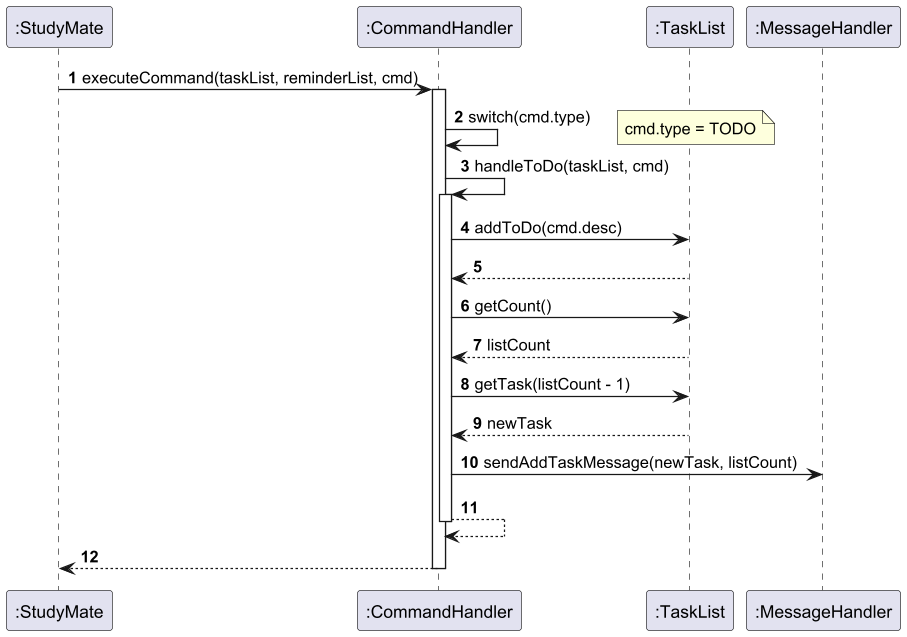
Earlier version of the PlantUML export docs/images/CommandHandlerToDo.png (chongyaoo/tp). Its source is kept beside it as docs/plantuml/CommandHandlerToDo.puml. Its diagram source:
```plantuml
@startuml


participant ":StudyMate" as StudyMate
participant ":CommandHandler" as CommandHandler

StudyMate -> CommandHandler: executeCommand(taskList, reminderList, cmd)
activate CommandHandler

CommandHandler -> CommandHandler: switch(cmd.type)
note right: cmd.type = TODO

CommandHandler -> CommandHandler: handleToDo(taskList, cmd)
activate CommandHandler

CommandHandler -> ":TaskList" as TaskList: addToDo(cmd.desc)
TaskList --> CommandHandler

CommandHandler -> TaskList: getCount()
TaskList --> CommandHandler: listCount

CommandHandler -> TaskList: getTask(listCount - 1)
TaskList --> CommandHandler: newTask

CommandHandler -> ":MessageHandler" as MessageHandler: sendAddTaskMessage(newTask, listCount)

CommandHandler --> CommandHandler
deactivate CommandHandler

CommandHandler --> StudyMate
deactivate CommandHandler
deactivate CommandHandler

@enduml
```
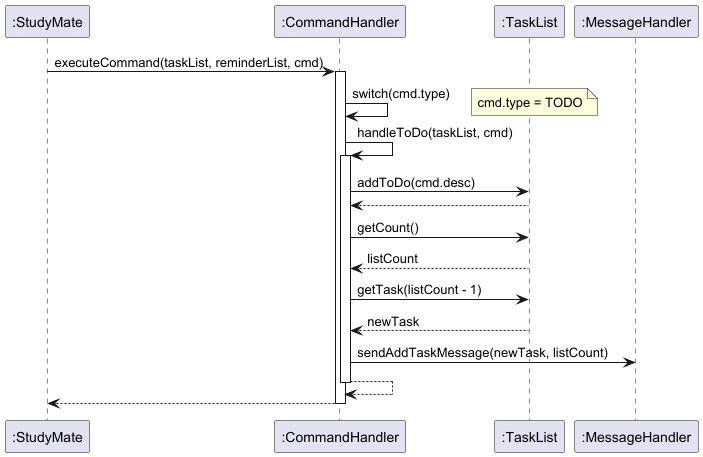
After the change.

The edit, as a diff of the source:
```diff
@@ -29,6 +29,5 @@
 
 CommandHandler --> StudyMate
 deactivate CommandHandler
-deactivate CommandHandler
 
 @enduml
```
